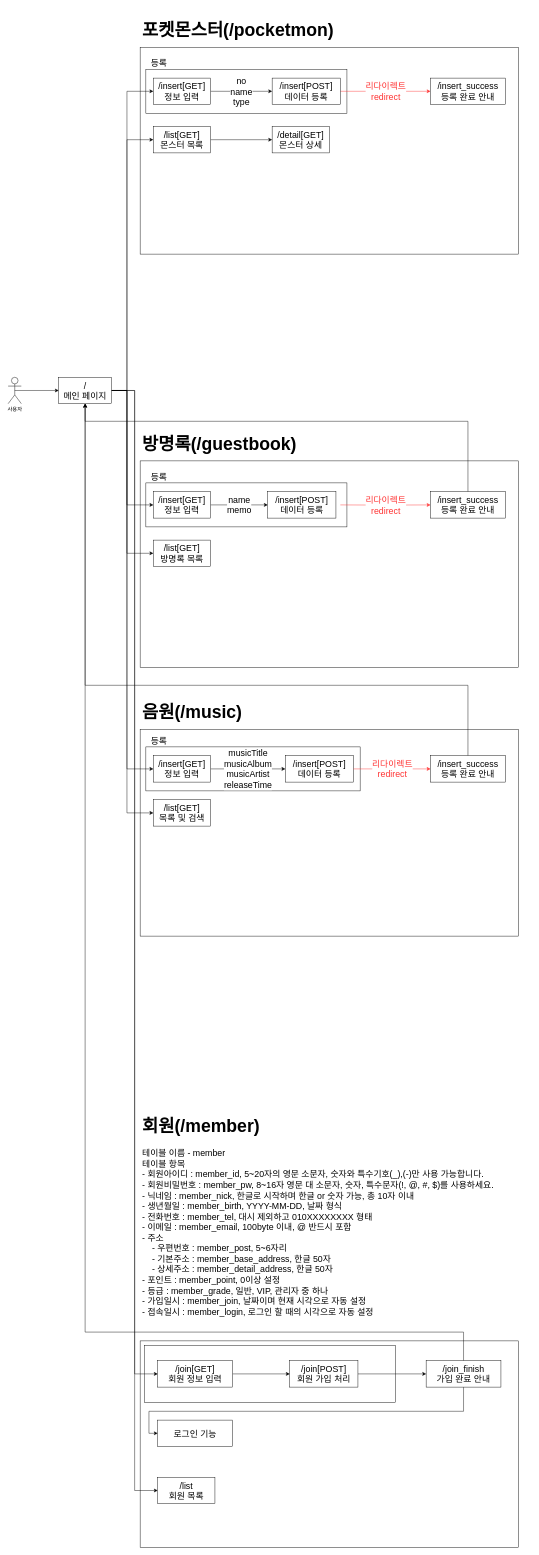
The draw.io diagram page "Flow" (1 of 2) of springhome/springhome.drawio in Luverduck/kh10, before the edit. Source tidied: cells renumbered, new cells numbered last; positions are measured from the earlier drawing's top-left corner, leaving out a move shared by most shapes. Both pictures are drawn from the tidied source at 44%, with x=0, y=0 at pixel (8, 12).
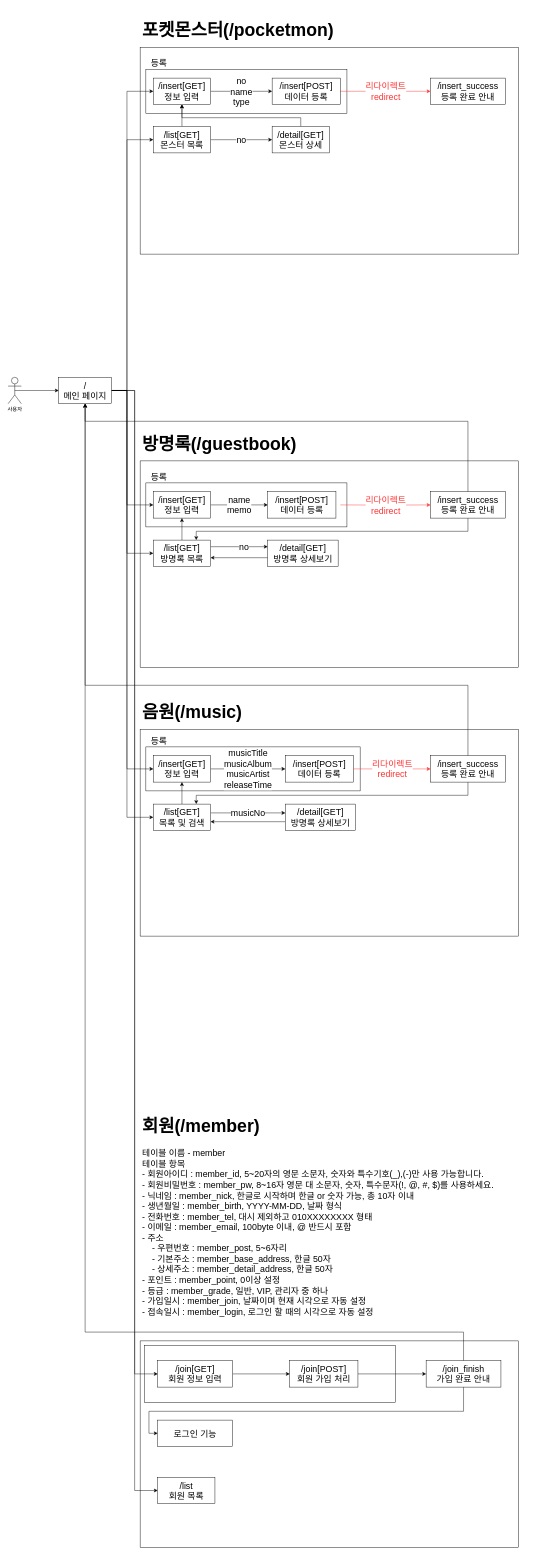
After the change.

The change refers to these unchanged cells:
```xml
<mxCell id="19" value="/&lt;br&gt;메인 페이지" style="rounded=0;whiteSpace=wrap;html=1;fontSize=20;" parent="1" vertex="1">
  <mxGeometry x="115" y="830" width="120" height="60" as="geometry" />
</mxCell>
<mxCell id="23" value="/insert[GET]&lt;br&gt;정보 입력" style="rounded=0;whiteSpace=wrap;html=1;fontSize=20;" parent="1" vertex="1">
  <mxGeometry x="330" y="150" width="130" height="60" as="geometry" />
</mxCell>
<mxCell id="30" value="/insert[GET]&lt;br&gt;정보 입력" style="rounded=0;whiteSpace=wrap;html=1;fontSize=20;" parent="1" vertex="1">
  <mxGeometry x="330" y="1090" width="130" height="60" as="geometry" />
</mxCell>
<mxCell id="33" value="/insert_success&lt;br&gt;등록 완료 안내" style="rounded=0;whiteSpace=wrap;html=1;fontSize=20;" parent="1" vertex="1">
  <mxGeometry x="960" y="1090" width="170" height="60" as="geometry" />
</mxCell>
<mxCell id="39" value="/insert[GET]&lt;br&gt;정보 입력" style="rounded=0;whiteSpace=wrap;html=1;fontSize=20;" parent="1" vertex="1">
  <mxGeometry x="330" y="1690" width="130" height="60" as="geometry" />
</mxCell>
<mxCell id="42" value="/insert_success&lt;br&gt;등록 완료 안내" style="rounded=0;whiteSpace=wrap;html=1;fontSize=20;" parent="1" vertex="1">
  <mxGeometry x="960" y="1690" width="170" height="60" as="geometry" />
</mxCell>
<mxCell id="54" value="/list[GET]&lt;br&gt;몬스터 목록" style="rounded=0;whiteSpace=wrap;html=1;fontSize=20;" parent="1" vertex="1">
  <mxGeometry x="330" y="260" width="130" height="60" as="geometry" />
</mxCell>
<mxCell id="55" value="/list[GET]&lt;br&gt;방명록 목록" style="rounded=0;whiteSpace=wrap;html=1;fontSize=20;" parent="1" vertex="1">
  <mxGeometry x="330" y="1200" width="130" height="60" as="geometry" />
</mxCell>
<mxCell id="58" value="/detail[GET]&lt;br&gt;몬스터 상세" style="rounded=0;whiteSpace=wrap;html=1;fontSize=20;" parent="1" vertex="1">
  <mxGeometry x="600" y="260" width="130" height="60" as="geometry" />
</mxCell>
```

The edit, as a diff of the source:
```diff
@@
     <mxCell id="17" style="edgeStyle=orthogonalEdgeStyle;rounded=0;jettySize=auto;html=1;entryX=0;entryY=0.5;entryDx=0;entryDy=0;" parent="1" edge="1" source="19" target="56">
       <mxGeometry relative="1" as="geometry">
         <Array as="points">
           <mxPoint x="270" y="860" />
-          <mxPoint x="270" y="1820" />
+          <mxPoint x="270" y="1830" />
         </Array>
       </mxGeometry>
     </mxCell>
@@
+    <mxCell id="59" style="edgeStyle=orthogonalEdgeStyle;rounded=0;jettySize=auto;html=1;entryX=0.75;entryY=0;entryDx=0;entryDy=0;fontSize=20;" parent="1" edge="1" source="33" target="55">
+      <mxGeometry relative="1" as="geometry">
+        <Array as="points">
+          <mxPoint x="1045" y="1180" />
+          <mxPoint x="428" y="1180" />
+        </Array>
+      </mxGeometry>
+    </mxCell>
@@
+    <mxCell id="60" style="edgeStyle=orthogonalEdgeStyle;rounded=0;jettySize=auto;html=1;entryX=0.75;entryY=0;entryDx=0;entryDy=0;fontSize=20;" parent="1" edge="1" source="42" target="56">
+      <mxGeometry relative="1" as="geometry">
+        <Array as="points">
+          <mxPoint x="1045" y="1780" />
+          <mxPoint x="428" y="1780" />
+        </Array>
+      </mxGeometry>
+    </mxCell>
@@
-    <mxCell id="53" style="edgeStyle=orthogonalEdgeStyle;rounded=0;jettySize=auto;html=1;" parent="1" edge="1" source="54" target="58">
+    <mxCell id="53" value="no" style="edgeStyle=orthogonalEdgeStyle;rounded=0;jettySize=auto;html=1;fontSize=20;" parent="1" edge="1" source="54" target="58">
       <mxGeometry relative="1" as="geometry" />
     </mxCell>
+    <mxCell id="61" style="edgeStyle=orthogonalEdgeStyle;rounded=0;jettySize=auto;html=1;entryX=0.5;entryY=1;entryDx=0;entryDy=0;fontSize=20;" parent="1" edge="1" source="54" target="23">
+      <mxGeometry relative="1" as="geometry" />
+    </mxCell>
@@
+    <mxCell id="62" style="edgeStyle=orthogonalEdgeStyle;rounded=0;jettySize=auto;html=1;fontSize=20;" parent="1" edge="1" source="55" target="30">
+      <mxGeometry relative="1" as="geometry" />
+    </mxCell>
+    <mxCell id="63" style="edgeStyle=orthogonalEdgeStyle;rounded=0;jettySize=auto;html=1;entryX=0;entryY=0.25;entryDx=0;entryDy=0;fontSize=20;" parent="1" edge="1" source="55" target="69">
+      <mxGeometry relative="1" as="geometry">
+        <Array as="points">
+          <mxPoint x="500" y="1215" />
+          <mxPoint x="500" y="1215" />
+        </Array>
+      </mxGeometry>
+    </mxCell>
+    <mxCell id="64" value="no" style="edgeLabel;html=1;align=center;verticalAlign=middle;fontSize=20;" parent="63" vertex="1">
+      <mxGeometry x="0.15" y="1" relative="1" as="geometry" />
+    </mxCell>
@@
+    <mxCell id="65" value="musicNo" style="edgeStyle=orthogonalEdgeStyle;rounded=0;jettySize=auto;html=1;fontSize=20;" parent="1" edge="1" source="56" target="71">
+      <mxGeometry relative="1" as="geometry">
+        <Array as="points">
+          <mxPoint x="550" y="1820" />
+          <mxPoint x="550" y="1820" />
+        </Array>
+      </mxGeometry>
+    </mxCell>
+    <mxCell id="66" style="edgeStyle=orthogonalEdgeStyle;rounded=0;jettySize=auto;html=1;entryX=0.5;entryY=1;entryDx=0;entryDy=0;fontSize=20;" parent="1" edge="1" source="56" target="39">
+      <mxGeometry relative="1" as="geometry" />
+    </mxCell>
     <mxCell id="56" value="/list[GET]&lt;br&gt;목록 및 검색" style="rounded=0;whiteSpace=wrap;html=1;fontSize=20;" parent="1" vertex="1">
-      <mxGeometry x="330" y="1790" width="130" height="60" as="geometry" />
+      <mxGeometry x="330" y="1800" width="130" height="60" as="geometry" />
     </mxCell>
@@
+    <mxCell id="67" style="edgeStyle=orthogonalEdgeStyle;rounded=0;jettySize=auto;html=1;entryX=0.5;entryY=1;entryDx=0;entryDy=0;fontSize=20;" parent="1" edge="1" source="58" target="23">
+      <mxGeometry relative="1" as="geometry">
+        <Array as="points">
+          <mxPoint x="665" y="240" />
+          <mxPoint x="395" y="240" />
+        </Array>
+      </mxGeometry>
+    </mxCell>
@@
+    <mxCell id="68" style="edgeStyle=orthogonalEdgeStyle;rounded=0;jettySize=auto;html=1;fontSize=20;" parent="1" edge="1" source="69">
+      <mxGeometry relative="1" as="geometry">
+        <mxPoint x="460" y="1240" as="targetPoint" />
+        <Array as="points">
+          <mxPoint x="460" y="1240" />
+        </Array>
+      </mxGeometry>
+    </mxCell>
+    <mxCell id="69" value="/detail[GET]&lt;br&gt;방명록 상세보기" style="rounded=0;whiteSpace=wrap;html=1;fontSize=20;" parent="1" vertex="1">
+      <mxGeometry x="590" y="1200" width="160" height="60" as="geometry" />
+    </mxCell>
+    <mxCell id="70" style="edgeStyle=orthogonalEdgeStyle;rounded=0;jettySize=auto;html=1;fontSize=20;" parent="1" edge="1" source="71">
+      <mxGeometry relative="1" as="geometry">
+        <mxPoint x="460" y="1840" as="targetPoint" />
+        <Array as="points">
+          <mxPoint x="460" y="1840" />
+        </Array>
+      </mxGeometry>
+    </mxCell>
+    <mxCell id="71" value="/detail[GET]&lt;br&gt;방명록 상세보기" style="rounded=0;whiteSpace=wrap;html=1;fontSize=20;" parent="1" vertex="1">
+      <mxGeometry x="630" y="1800" width="160" height="60" as="geometry" />
+    </mxCell>
```
